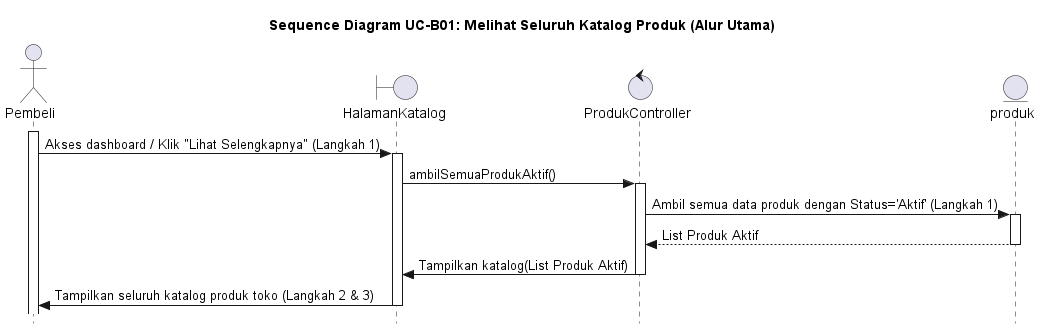
Before: out/UC-B01/SD-UC-B01_MelihatKatalog.png, a diagram exported from PlantUML (alfiahnurfa/RSI-PROYEK-AKHIR-SEQUENCE).
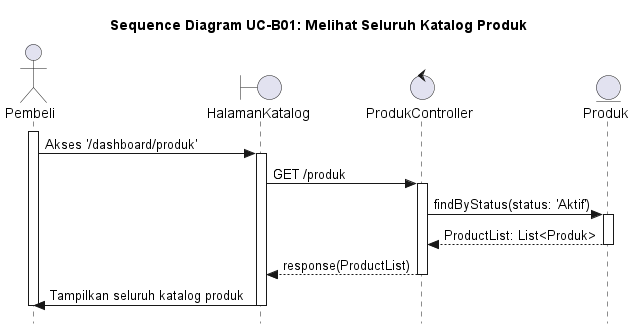
Later version of the same file.

Change to the diagram source:
```diff
@@ -1,28 +1,29 @@
 @startuml SD-UC-B01_MelihatKatalog
-title Sequence Diagram UC-B01: Melihat Seluruh Katalog Produk (Alur Utama)
+title Sequence Diagram UC-B01: Melihat Seluruh Katalog Produk
 skinparam style strictuml
 
 actor Pembeli
 boundary HalamanKatalog
 control ProdukController
-entity produk
+entity Produk
 
 activate Pembeli
-Pembeli -> HalamanKatalog : Akses dashboard / Klik "Lihat Selengkapnya" (Langkah 1)
+Pembeli -> HalamanKatalog : Akses '/dashboard/produk'
 activate HalamanKatalog
 
-HalamanKatalog -> ProdukController : ambilSemuaProdukAktif()
+HalamanKatalog -> ProdukController : GET /produk
 activate ProdukController
 
-ProdukController -> produk : Ambil semua data produk dengan Status='Aktif' (Langkah 1)
-activate produk
-return List Produk Aktif
+ProdukController -> Produk : findByStatus(status: 'Aktif')
+activate Produk
+Produk --> ProdukController : ProductList: List<Produk>
+deactivate Produk
 
-ProdukController -> HalamanKatalog : Tampilkan katalog(List Produk Aktif)
+ProdukController --> HalamanKatalog : response(ProductList)
 deactivate ProdukController
 
-HalamanKatalog -> Pembeli : Tampilkan seluruh katalog produk toko (Langkah 2 & 3)
+HalamanKatalog -> Pembeli : Tampilkan seluruh katalog produk
 deactivate HalamanKatalog
-deactivate produk
+deactivate Pembeli
 
 @enduml
```
